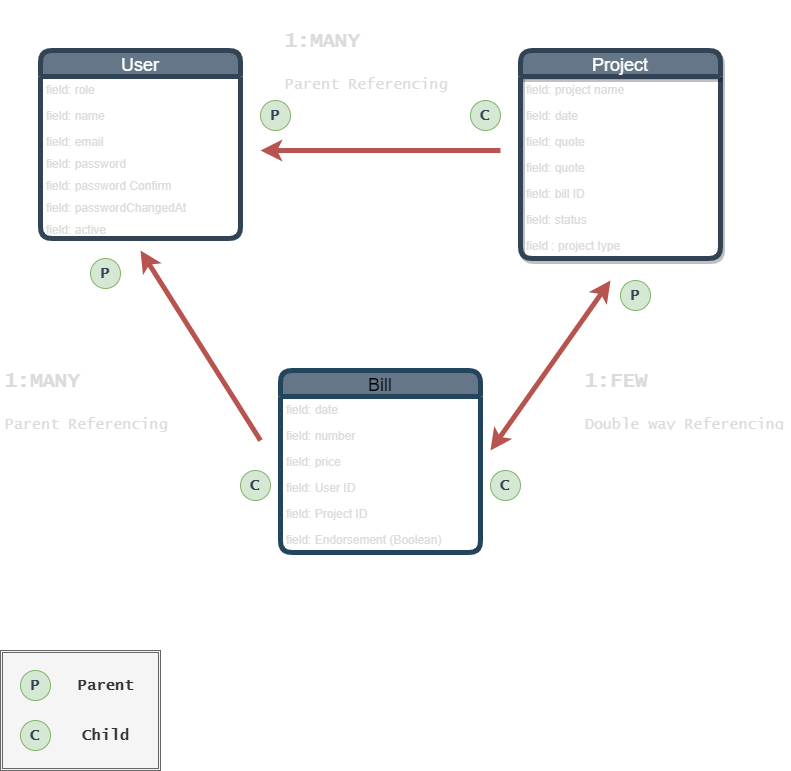
Before: Data Model.drawio.png, a diagram exported from draw.io (nasfernane/chill-panda). Source tidied: cells renumbered, new cells last; positions are measured from the earlier drawing's top-left corner, leaving out a move shared by most shapes.
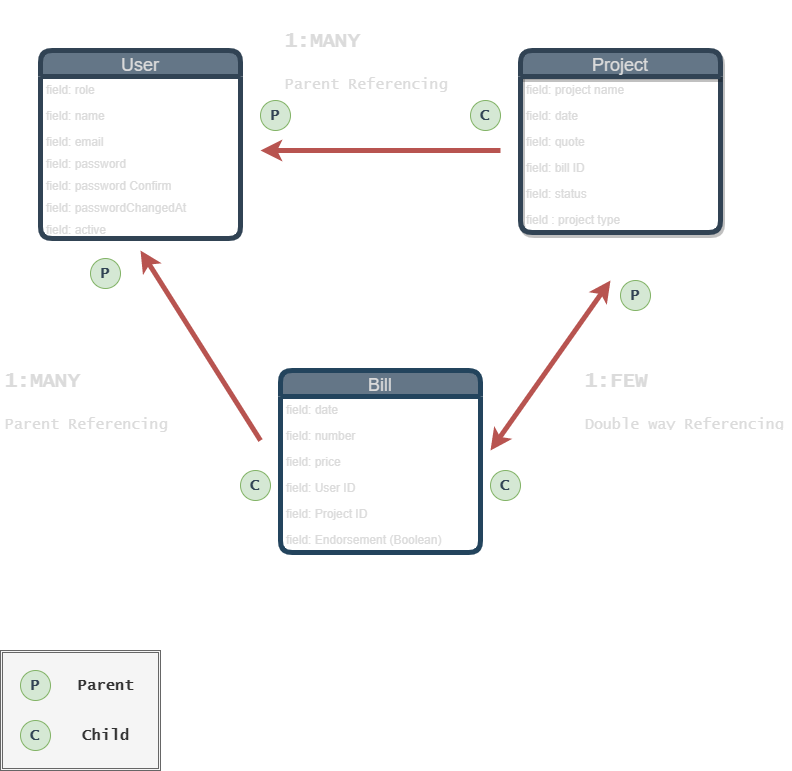
The same file after the commit.

Commit message:
maj readme et draw io, phase modelisation des donnees

The edit, as a diff of the source:
```diff
@@ -2,7 +2,7 @@
   <root>
     <mxCell id="0" />
     <mxCell id="1" parent="0" />
-    <mxCell id="2" value="User" style="swimlane;fontStyle=0;horizontal=1;startSize=26;fillColor=#647687;direction=east;fontColor=#ffffff;rounded=1;strokeWidth=5;strokeColor=#314354;fontSize=18;" parent="1" vertex="1">
+    <mxCell id="2" value="User" style="swimlane;fontStyle=0;horizontal=1;startSize=26;fillColor=#647687;direction=east;rounded=1;strokeWidth=5;strokeColor=#314354;fontSize=18;fontColor=#DBDBDB;" parent="1" vertex="1">
       <mxGeometry x="40" y="40" width="200" height="188" as="geometry" />
     </mxCell>
     <mxCell id="3" value="field: role" style="text;align=left;verticalAlign=top;spacingLeft=4;spacingRight=4;overflow=hidden;fontColor=#DBDBDB;" parent="2" vertex="1">
@@ -26,8 +26,8 @@
     <mxCell id="9" value="field: active&#10;" style="text;align=left;verticalAlign=top;spacingLeft=4;spacingRight=4;overflow=hidden;fontColor=#DBDBDB;" parent="2" vertex="1">
       <mxGeometry y="166" width="200" height="22" as="geometry" />
     </mxCell>
-    <mxCell id="10" value="Project" style="swimlane;fontStyle=0;horizontal=1;startSize=26;strokeColor=#314354;fontColor=#ffffff;rounded=1;shadow=1;strokeWidth=5;fillColor=#647687;fontSize=18;" parent="1" vertex="1">
-      <mxGeometry x="520" y="40" width="200" height="208" as="geometry" />
+    <mxCell id="10" value="Project" style="swimlane;fontStyle=0;horizontal=1;startSize=26;strokeColor=#314354;rounded=1;shadow=1;strokeWidth=5;fillColor=#647687;fontSize=18;fontColor=#DBDBDB;" parent="1" vertex="1">
+      <mxGeometry x="520" y="40" width="200" height="182" as="geometry" />
     </mxCell>
     <mxCell id="11" value="field: project name" style="text;strokeColor=none;fillColor=none;align=left;verticalAlign=top;spacingLeft=4;spacingRight=4;overflow=hidden;fontColor=#DBDBDB;" parent="10" vertex="1">
       <mxGeometry y="26" width="200" height="26" as="geometry" />
@@ -38,19 +38,16 @@
     <mxCell id="13" value="field: quote" style="text;strokeColor=none;fillColor=none;align=left;verticalAlign=top;spacingLeft=4;spacingRight=4;overflow=hidden;fontColor=#DBDBDB;" parent="10" vertex="1">
       <mxGeometry y="78" width="200" height="26" as="geometry" />
     </mxCell>
-    <mxCell id="14" value="field: quote" style="text;strokeColor=none;fillColor=none;align=left;verticalAlign=top;spacingLeft=4;spacingRight=4;overflow=hidden;fontColor=#DBDBDB;" parent="10" vertex="1">
-      <mxGeometry y="104" width="200" height="26" as="geometry" />
-    </mxCell>
     <mxCell id="15" value="field: bill ID" style="text;strokeColor=none;fillColor=none;align=left;verticalAlign=top;spacingLeft=4;spacingRight=4;overflow=hidden;fontColor=#DBDBDB;" parent="10" vertex="1">
-      <mxGeometry y="130" width="200" height="26" as="geometry" />
+      <mxGeometry y="104" width="200" height="26" as="geometry" />
     </mxCell>
     <mxCell id="16" value="field: status" style="text;strokeColor=none;fillColor=none;align=left;verticalAlign=top;spacingLeft=4;spacingRight=4;overflow=hidden;fontColor=#DBDBDB;" parent="10" vertex="1">
-      <mxGeometry y="156" width="200" height="26" as="geometry" />
+      <mxGeometry y="130" width="200" height="26" as="geometry" />
     </mxCell>
     <mxCell id="17" value="field : project type" style="text;strokeColor=none;fillColor=none;align=left;verticalAlign=top;spacingLeft=4;spacingRight=4;overflow=hidden;fontColor=#DBDBDB;" parent="10" vertex="1">
-      <mxGeometry y="182" width="200" height="26" as="geometry" />
+      <mxGeometry y="156" width="200" height="26" as="geometry" />
     </mxCell>
-    <mxCell id="18" value="Bill" style="swimlane;fontStyle=0;horizontal=1;startSize=26;rounded=1;strokeWidth=5;strokeColor=#23445d;fillColor=#647687;fontSize=18;" parent="1" vertex="1">
+    <mxCell id="18" value="Bill" style="swimlane;fontStyle=0;horizontal=1;startSize=26;rounded=1;strokeWidth=5;strokeColor=#23445d;fillColor=#647687;fontSize=18;fontColor=#DBDBDB;" parent="1" vertex="1">
       <mxGeometry x="280" y="360" width="200" height="182" as="geometry" />
     </mxCell>
     <mxCell id="19" value="field: date" style="text;strokeColor=none;fillColor=none;align=left;verticalAlign=top;spacingLeft=4;spacingRight=4;overflow=hidden;fontColor=#DBDBDB;" parent="18" vertex="1">
```
